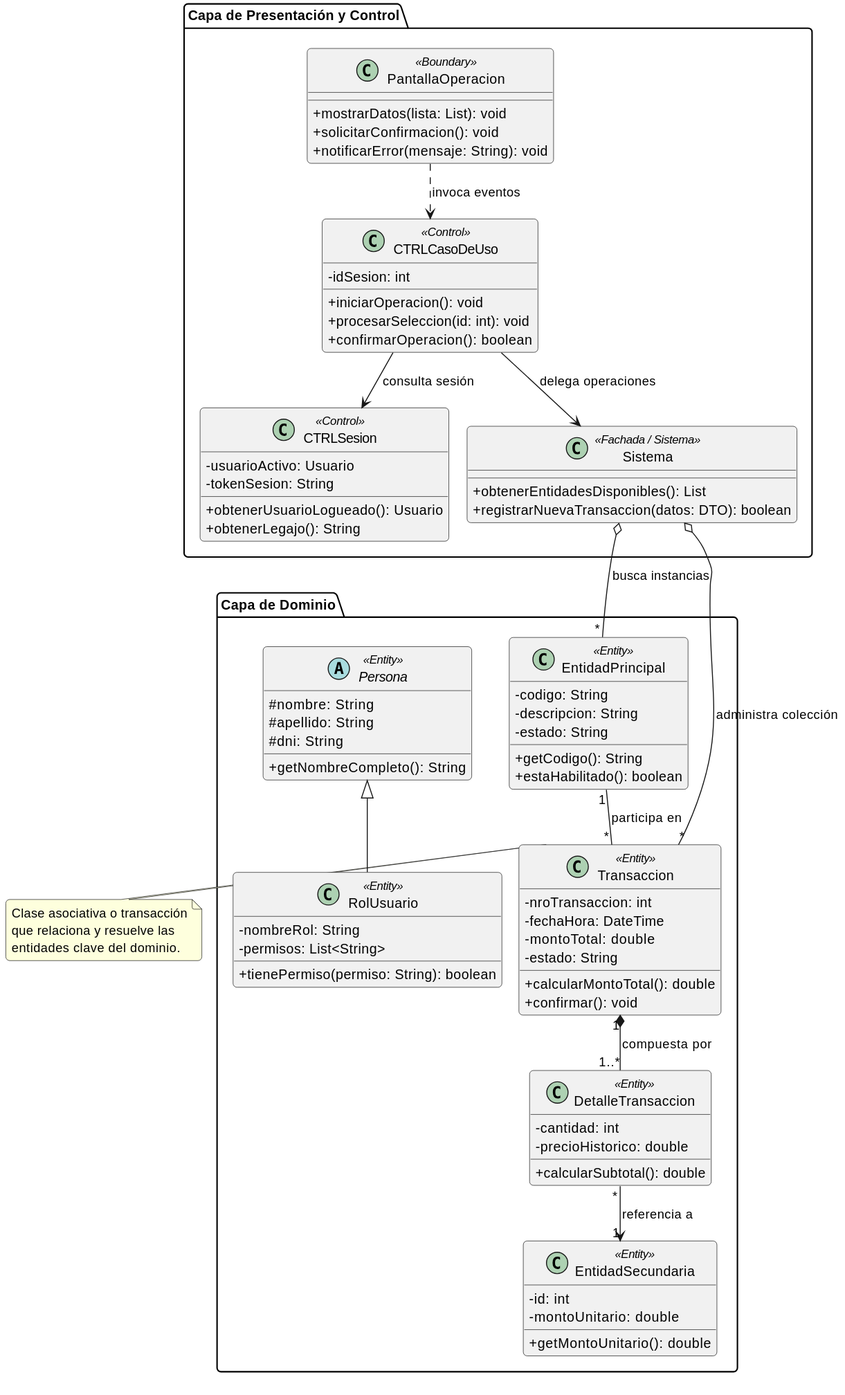
Earlier version of the PlantUML export clases/plantillas/plantilla_diagrama_clases.svg (sandobaitt/dsi-2026).
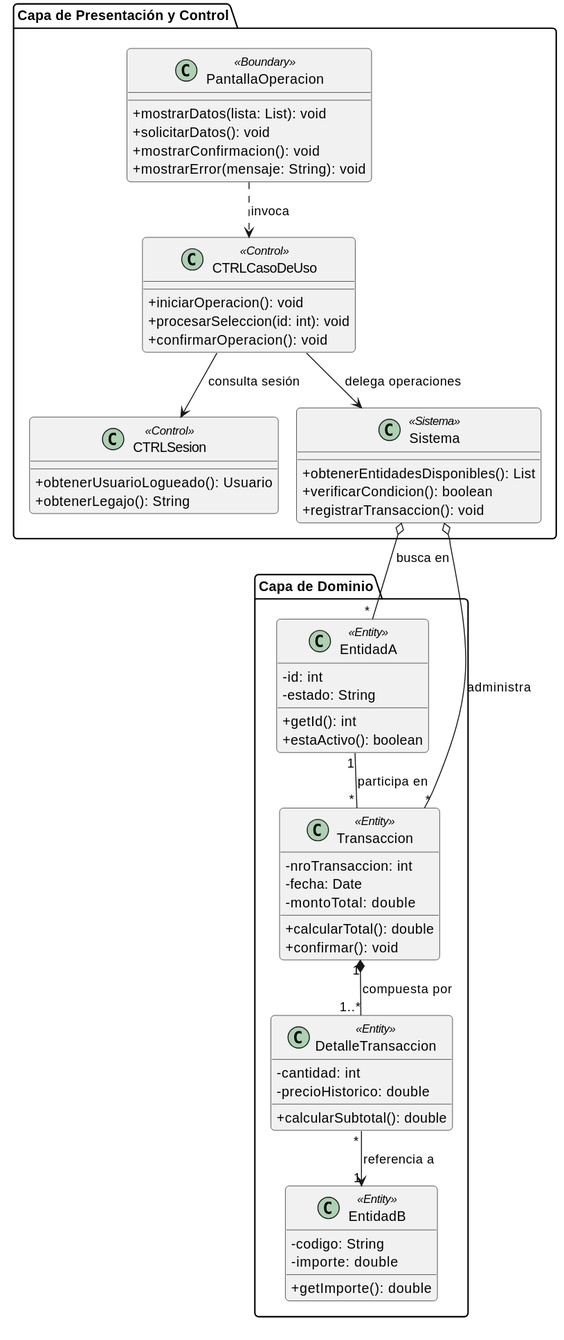
Later version of the same file.

Change to the diagram source:
```diff
@@ -8,67 +8,52 @@
 
 
 package "Capa de Presentación y Control" {
+
     class "PantallaOperacion" as UI <<Boundary>> {
         + mostrarDatos(lista: List): void
-        + solicitarConfirmacion(): void
-        + notificarError(mensaje: String): void
+        + solicitarDatos(): void
+        + mostrarConfirmacion(): void
+        + mostrarError(mensaje: String): void
     }
 
     class "CTRLCasoDeUso" as CTRLCU <<Control>> {
-        - idSesion: int
         + iniciarOperacion(): void
         + procesarSeleccion(id: int): void
-        + confirmarOperacion(): boolean
+        + confirmarOperacion(): void
     }
 
     class "CTRLSesion" as CTRLSesion <<Control>> {
-        - usuarioActivo: Usuario
-        - tokenSesion: String
         + obtenerUsuarioLogueado(): Usuario
         + obtenerLegajo(): String
     }
 
-    class "Sistema" as Sistema <<Fachada / Sistema>> {
+    class "Sistema" as Sistema <<Sistema>> {
         + obtenerEntidadesDisponibles(): List
-        + registrarNuevaTransaccion(datos: DTO): boolean
+        + verificarCondicion(): boolean
+        + registrarTransaccion(): void
     }
 }
 
 package "Capa de Dominio" {
 
-    abstract class "Persona" as Persona <<Entity>> {
-        # nombre: String
-        # apellido: String
-        # dni: String
-        + getNombreCompleto(): String
+    class "EntidadA" as EntidadA <<Entity>> {
+        - id: int
+        - estado: String
+        + getId(): int
+        + estaActivo(): boolean
     }
 
-    class "RolUsuario" as Rol <<Entity>> {
-        - nombreRol: String
-        - permisos: List<String>
-        + tienePermiso(permiso: String): boolean
-    }
-
-    class "EntidadPrincipal" as EntidadA <<Entity>> {
+    class "EntidadB" as EntidadB <<Entity>> {
         - codigo: String
-        - descripcion: String
-        - estado: String
-        + getCodigo(): String
-        + estaHabilitado(): boolean
-    }
-
-    class "EntidadSecundaria" as EntidadB <<Entity>> {
-        - id: int
-        - montoUnitario: double
-        + getMontoUnitario(): double
+        - importe: double
+        + getImporte(): double
     }
 
     class "Transaccion" as Transaccion <<Entity>> {
         - nroTransaccion: int
-        - fechaHora: DateTime
+        - fecha: Date
         - montoTotal: double
-        - estado: String
-        + calcularMontoTotal(): double
+        + calcularTotal(): double
         + confirmar(): void
     }
 
@@ -80,22 +65,14 @@
 }
 
 
-UI ..> CTRLCU : invoca eventos >
-CTRLCU --> CTRLSesion : consulta sesión >
-CTRLCU --> Sistema : delega operaciones >
+UI ..> CTRLCU : invoca
+CTRLCU --> CTRLSesion : consulta sesión
+CTRLCU --> Sistema : delega operaciones
 
-Sistema o-- "*" Transaccion : administra colección
-Sistema o-- "*" EntidadA : busca instancias
-
-Persona <|-- Rol
+Sistema o-- "*" Transaccion : administra
+Sistema o-- "*" EntidadA : busca en
 
 EntidadA "1" -- "*" Transaccion : participa en >
 Transaccion "1" *-- "1..*" Detalle : compuesta por >
 Detalle "*" --> "1" EntidadB : referencia a >
-
-note right of Transaccion
-  Clase asociativa o transacción
-  que relaciona y resuelve las
-  entidades clave del dominio.
-end note
 @enduml
```
